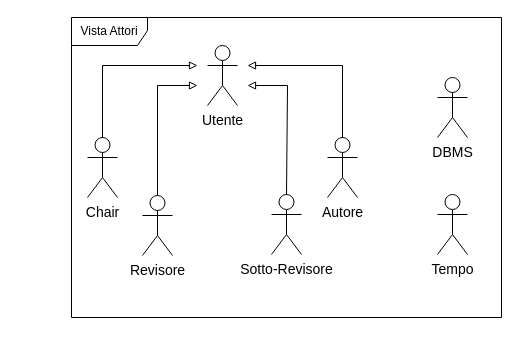
The draw.io diagram RAD/raw/AttoriCoinvolti.drawio in Gabro29/IngegneriaSoftware, before the edit. Source tidied: cells renumbered, new cells numbered last; positions are measured from the earlier drawing's top-left corner, leaving out a move shared by most shapes. Both pictures are drawn from the tidied source at 100%, with x=0, y=0 at pixel (71, 17).
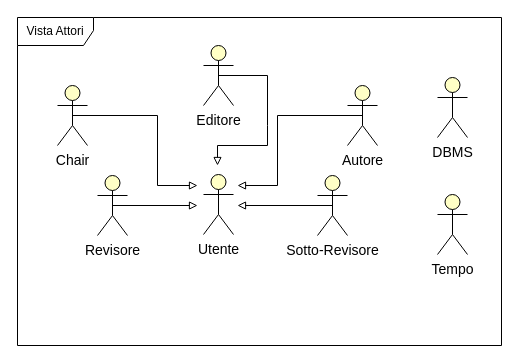
After the change.

Commit message:
Aggiunto editore

Diff of the diagram source:
```diff
@@
-    <mxCell id="2" value="&lt;font face=&quot;Helvetica&quot; style=&quot;color: light-dark(rgb(0, 0, 0), rgb(0, 0, 0)); font-size: 14px;&quot;&gt;Autore&lt;/font&gt;" style="shape=umlActor;verticalLabelPosition=bottom;verticalAlign=top;html=1;outlineConnect=0;strokeColor=light-dark(#000000,#000000);fillColor=light-dark(#FFFFFF,#FDF89C);" parent="1" vertex="1">
-      <mxGeometry x="256" y="120" width="30" height="60" as="geometry" />
+    <mxCell id="2" value="&lt;font face=&quot;Helvetica&quot; style=&quot;color: light-dark(rgb(0, 0, 0), rgb(0, 0, 0)); font-size: 14px;&quot;&gt;Autore&lt;/font&gt;" style="shape=umlActor;verticalLabelPosition=bottom;verticalAlign=top;html=1;outlineConnect=0;strokeColor=light-dark(#000000,#000000);fillColor=light-dark(#FFFFC6,#FDF89C);" parent="1" vertex="1">
+      <mxGeometry x="276" y="68" width="30" height="60" as="geometry" />
     </mxCell>
-    <mxCell id="3" value="&lt;font face=&quot;Helvetica&quot; style=&quot;color: light-dark(rgb(0, 0, 0), rgb(0, 0, 0)); font-size: 14px;&quot;&gt;Chair&lt;/font&gt;" style="shape=umlActor;verticalLabelPosition=bottom;verticalAlign=top;html=1;outlineConnect=0;strokeColor=light-dark(#000000,#000000);fillColor=light-dark(#FFFFFF,#FDF89C);" parent="1" vertex="1">
-      <mxGeometry x="16" y="120" width="30" height="60" as="geometry" />
+    <mxCell id="3" value="&lt;font face=&quot;Helvetica&quot; style=&quot;color: light-dark(rgb(0, 0, 0), rgb(0, 0, 0)); font-size: 14px;&quot;&gt;Chair&lt;/font&gt;" style="shape=umlActor;verticalLabelPosition=bottom;verticalAlign=top;html=1;outlineConnect=0;strokeColor=light-dark(#000000,#000000);fillColor=light-dark(#FFFFC6,#FDF89C);" parent="1" vertex="1">
+      <mxGeometry x="-14" y="68" width="30" height="60" as="geometry" />
     </mxCell>
-    <mxCell id="4" value="&lt;font face=&quot;Helvetica&quot; style=&quot;color: light-dark(rgb(0, 0, 0), rgb(0, 0, 0)); font-size: 14px;&quot;&gt;Revisore&lt;/font&gt;" style="shape=umlActor;verticalLabelPosition=bottom;verticalAlign=top;html=1;outlineConnect=0;strokeColor=light-dark(#000000,#000000);fillColor=light-dark(#FFFFFF,#FDF89C);" parent="1" vertex="1">
-      <mxGeometry x="71" y="178" width="30" height="60" as="geometry" />
+    <mxCell id="4" value="&lt;font face=&quot;Helvetica&quot; style=&quot;color: light-dark(rgb(0, 0, 0), rgb(0, 0, 0)); font-size: 14px;&quot;&gt;Revisore&lt;/font&gt;" style="shape=umlActor;verticalLabelPosition=bottom;verticalAlign=top;html=1;outlineConnect=0;strokeColor=light-dark(#000000,#000000);fillColor=light-dark(#FFFFC6,#FDF89C);" parent="1" vertex="1">
+      <mxGeometry x="26" y="158" width="30" height="60" as="geometry" />
     </mxCell>
-    <mxCell id="5" value="&lt;font face=&quot;Helvetica&quot; style=&quot;color: light-dark(rgb(0, 0, 0), rgb(0, 0, 0)); font-size: 14px;&quot;&gt;Sotto-Revisore&lt;/font&gt;" style="shape=umlActor;verticalLabelPosition=bottom;verticalAlign=top;html=1;outlineConnect=0;strokeColor=light-dark(#000000,#000000);fillColor=light-dark(#FFFFFF,#FDF89C);" parent="1" vertex="1">
-      <mxGeometry x="200" y="177" width="30" height="60" as="geometry" />
+    <mxCell id="5" value="&lt;font face=&quot;Helvetica&quot; style=&quot;color: light-dark(rgb(0, 0, 0), rgb(0, 0, 0)); font-size: 14px;&quot;&gt;Sotto-Revisore&lt;/font&gt;" style="shape=umlActor;verticalLabelPosition=bottom;verticalAlign=top;html=1;outlineConnect=0;strokeColor=light-dark(#000000,#000000);fillColor=light-dark(#FFFFC6,#FDF89C);" parent="1" vertex="1">
+      <mxGeometry x="246" y="158" width="30" height="60" as="geometry" />
     </mxCell>
-    <mxCell id="6" value="&lt;font style=&quot;color: light-dark(rgb(0, 0, 0), rgb(0, 0, 0)); font-size: 14px;&quot;&gt;Utente&lt;/font&gt;" style="shape=umlActor;verticalLabelPosition=bottom;verticalAlign=top;html=1;strokeColor=light-dark(#000000,#000000);fillColor=light-dark(#FFFFFF,#FDF89C);" parent="1" vertex="1">
-      <mxGeometry x="136" y="28" width="30" height="60" as="geometry" />
+    <mxCell id="6" value="&lt;font style=&quot;color: light-dark(rgb(0, 0, 0), rgb(0, 0, 0)); font-size: 14px;&quot;&gt;Utente&lt;/font&gt;" style="shape=umlActor;verticalLabelPosition=bottom;verticalAlign=top;html=1;strokeColor=light-dark(#000000,#000000);fillColor=light-dark(#FFFFC6,#FDF89C);" parent="1" vertex="1">
+      <mxGeometry x="132" y="157" width="30" height="60" as="geometry" />
     </mxCell>
-    <mxCell id="7" value="&lt;font face=&quot;Helvetica&quot; style=&quot;color: light-dark(rgb(0, 0, 0), rgb(0, 0, 0)); font-size: 14px;&quot;&gt;DBMS&lt;/font&gt;" style="shape=umlActor;verticalLabelPosition=bottom;verticalAlign=top;html=1;strokeColor=light-dark(#000000,#000000);fillColor=light-dark(#FFFFFF,#FDF89C);" parent="1" vertex="1">
+    <mxCell id="7" value="&lt;font face=&quot;Helvetica&quot; style=&quot;color: light-dark(rgb(0, 0, 0), rgb(0, 0, 0)); font-size: 14px;&quot;&gt;DBMS&lt;/font&gt;" style="shape=umlActor;verticalLabelPosition=bottom;verticalAlign=top;html=1;strokeColor=light-dark(#000000,#000000);fillColor=light-dark(#FFFFC6,#FDF89C);" parent="1" vertex="1">
       <mxGeometry x="366" y="60" width="30" height="60" as="geometry" />
     </mxCell>
-    <mxCell id="8" value="&lt;font style=&quot;color: light-dark(rgb(0, 0, 0), rgb(0, 0, 0)); font-size: 14px;&quot;&gt;Tempo&lt;/font&gt;" style="shape=umlActor;verticalLabelPosition=bottom;verticalAlign=top;html=1;strokeColor=light-dark(#000000,#000000);fillColor=light-dark(#FFFFFF,#FDF89C);" parent="1" vertex="1">
+    <mxCell id="8" value="&lt;font style=&quot;color: light-dark(rgb(0, 0, 0), rgb(0, 0, 0)); font-size: 14px;&quot;&gt;Tempo&lt;/font&gt;" style="shape=umlActor;verticalLabelPosition=bottom;verticalAlign=top;html=1;strokeColor=light-dark(#000000,#000000);fillColor=light-dark(#FFFFC6,#FDF89C);" parent="1" vertex="1">
       <mxGeometry x="366" y="177" width="30" height="60" as="geometry" />
     </mxCell>
-    <mxCell id="9" style="endArrow=block;html=1;rounded=0;strokeColor=light-dark(#000000,#000000);endFill=0;strokeWidth=1;startSize=6;jumpSize=6;targetPerimeterSpacing=0;endSize=6;exitX=0.5;exitY=0;exitDx=0;exitDy=0;exitPerimeter=0;" parent="1" edge="1" source="3">
+    <mxCell id="9" style="endArrow=block;html=1;rounded=0;strokeColor=light-dark(#000000,#000000);endFill=0;strokeWidth=1;startSize=6;jumpSize=6;targetPerimeterSpacing=0;endSize=6;exitX=0.5;exitY=0.5;exitDx=0;exitDy=0;exitPerimeter=0;" parent="1" edge="1" source="3">
       <mxGeometry relative="1" as="geometry">
-        <mxPoint x="126" y="48" as="targetPoint" />
+        <mxPoint x="126" y="168" as="targetPoint" />
         <Array as="points">
-          <mxPoint x="31" y="48" />
+          <mxPoint x="86" y="98" />
+          <mxPoint x="86" y="168" />
         </Array>
       </mxGeometry>
     </mxCell>
-    <mxCell id="10" style="endArrow=block;html=1;rounded=0;strokeColor=light-dark(#000000,#000000);endFill=0;strokeWidth=1;startSize=6;jumpSize=6;targetPerimeterSpacing=0;endSize=6;" parent="1" edge="1">
-      <mxGeometry relative="1" as="geometry">
-        <mxPoint x="86" y="178" as="sourcePoint" />
-        <mxPoint x="126" y="68" as="targetPoint" />
-        <Array as="points">
-          <mxPoint x="86" y="68" />
-        </Array>
-      </mxGeometry>
-    </mxCell>
-    <mxCell id="11" style="endArrow=block;html=1;rounded=0;strokeColor=light-dark(#000000,#000000);endFill=0;strokeWidth=1;startSize=6;jumpSize=6;targetPerimeterSpacing=0;endSize=6;exitX=0.5;exitY=0;exitDx=0;exitDy=0;exitPerimeter=0;" parent="1" edge="1" source="5">
+    <mxCell id="11" style="endArrow=block;html=1;rounded=0;strokeColor=light-dark(#000000,#000000);endFill=0;strokeWidth=1;startSize=6;jumpSize=6;targetPerimeterSpacing=0;endSize=6;exitX=0.5;exitY=0.5;exitDx=0;exitDy=0;exitPerimeter=0;" parent="1" edge="1" source="5">
       <mxGeometry relative="1" as="geometry">
-        <mxPoint x="176" y="68" as="targetPoint" />
-        <Array as="points">
-          <mxPoint x="216" y="68" />
-        </Array>
+        <mxPoint x="166" y="188" as="targetPoint" />
       </mxGeometry>
     </mxCell>
-    <mxCell id="12" style="endArrow=block;html=1;rounded=0;strokeColor=light-dark(#000000,#000000);endFill=0;strokeWidth=1;startSize=6;jumpSize=6;targetPerimeterSpacing=0;endSize=6;exitX=0.5;exitY=0;exitDx=0;exitDy=0;exitPerimeter=0;" parent="1" edge="1" source="2">
+    <mxCell id="12" style="endArrow=block;html=1;rounded=0;strokeColor=light-dark(#000000,#000000);endFill=0;strokeWidth=1;startSize=6;jumpSize=6;targetPerimeterSpacing=0;endSize=6;exitX=0.5;exitY=0.5;exitDx=0;exitDy=0;exitPerimeter=0;" parent="1" edge="1" source="2">
       <mxGeometry relative="1" as="geometry">
-        <mxPoint x="176" y="48" as="targetPoint" />
+        <mxPoint x="166" y="168" as="targetPoint" />
         <Array as="points">
-          <mxPoint x="271" y="48" />
+          <mxPoint x="206" y="98" />
+          <mxPoint x="206" y="168" />
         </Array>
       </mxGeometry>
     </mxCell>
     <mxCell id="13" value="Vista Attori" style="shape=umlFrame;whiteSpace=wrap;html=1;strokeColor=light-dark(#000000,#000000);width=76;height=28;" parent="1" vertex="1">
-      <mxGeometry width="430" height="300" as="geometry" />
+      <mxGeometry x="-54" width="484" height="328" as="geometry" />
     </mxCell>
+    <mxCell id="14" value="&lt;font face=&quot;Helvetica&quot; style=&quot;color: light-dark(rgb(0, 0, 0), rgb(0, 0, 0)); font-size: 14px;&quot;&gt;Editore&lt;/font&gt;" style="shape=umlActor;verticalLabelPosition=bottom;verticalAlign=top;html=1;strokeColor=light-dark(#000000,#000000);fillColor=light-dark(#FFFFC6,#FDF89C);" parent="1" vertex="1">
+      <mxGeometry x="132" y="28" width="30" height="60" as="geometry" />
+    </mxCell>
+    <mxCell id="15" style="endArrow=block;html=1;rounded=0;strokeColor=light-dark(#000000,#000000);endFill=0;strokeWidth=1;startSize=6;jumpSize=6;targetPerimeterSpacing=0;endSize=6;exitX=0.5;exitY=0.5;exitDx=0;exitDy=0;exitPerimeter=0;" parent="1" edge="1" source="4">
+      <mxGeometry relative="1" as="geometry">
+        <mxPoint x="126" y="188" as="targetPoint" />
+      </mxGeometry>
+    </mxCell>
+    <mxCell id="16" style="endArrow=block;html=1;rounded=0;exitX=0.5;exitY=0.5;exitDx=0;exitDy=0;exitPerimeter=0;endFill=0;" parent="1" edge="1">
+      <mxGeometry relative="1" as="geometry">
+        <mxPoint x="147" y="58" as="sourcePoint" />
+        <mxPoint x="146" y="148" as="targetPoint" />
+        <Array as="points">
+          <mxPoint x="196" y="58" />
+          <mxPoint x="196" y="108" />
+          <mxPoint x="196" y="128" />
+          <mxPoint x="146" y="128" />
+        </Array>
+      </mxGeometry>
+    </mxCell>
```
